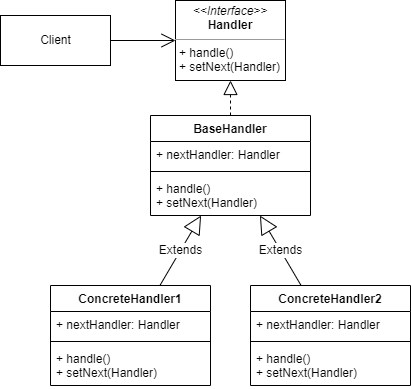
The draw.io diagram docs/resource/design_pattern/chainofresponsibility.drawio.png in DeathKnightH/blog-src, before a commit. Source tidied: cells renumbered, new cells last; positions are measured from the earlier drawing's top-left corner, leaving out a move shared by most shapes.
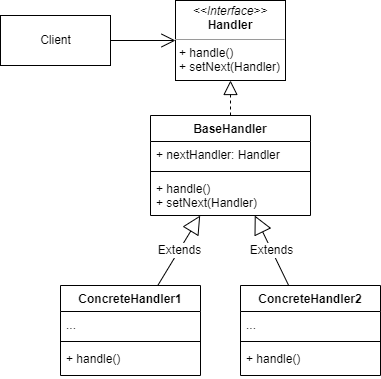
The same file after the commit.

What changed in the source:
```diff
@@ -30,31 +30,31 @@
       <mxGeometry relative="1" as="geometry" />
     </mxCell>
     <mxCell id="11" value="ConcreteHandler1" style="swimlane;fontStyle=1;align=center;verticalAlign=top;horizontal=1;startSize=26;" parent="1" vertex="1">
-      <mxGeometry x="50" y="285" width="160" height="100" as="geometry" />
+      <mxGeometry x="60" y="285" width="140" height="90" as="geometry" />
     </mxCell>
-    <mxCell id="12" value="+ nextHandler: Handler" style="text;strokeColor=none;fillColor=none;align=left;verticalAlign=top;spacingLeft=4;spacingRight=4;overflow=hidden;" parent="11" vertex="1">
-      <mxGeometry y="26" width="160" height="26" as="geometry" />
+    <mxCell id="12" value="..." style="text;strokeColor=none;fillColor=none;align=left;verticalAlign=top;spacingLeft=4;spacingRight=4;overflow=hidden;" parent="11" vertex="1">
+      <mxGeometry y="26" width="140" height="26" as="geometry" />
     </mxCell>
     <mxCell id="13" style="line;strokeWidth=1;fillColor=none;align=left;verticalAlign=middle;spacingTop=-1;spacingLeft=3;spacingRight=3;labelPosition=right;" parent="11" vertex="1">
-      <mxGeometry y="52" width="160" height="8" as="geometry" />
+      <mxGeometry y="52" width="140" height="8" as="geometry" />
     </mxCell>
-    <mxCell id="14" value="+ handle()&#10;+ setNext(Handler)" style="text;strokeColor=none;fillColor=none;align=left;verticalAlign=top;spacingLeft=4;spacingRight=4;overflow=hidden;" parent="11" vertex="1">
-      <mxGeometry y="60" width="160" height="40" as="geometry" />
+    <mxCell id="14" value="+ handle()" style="text;strokeColor=none;fillColor=none;align=left;verticalAlign=top;spacingLeft=4;spacingRight=4;overflow=hidden;" parent="11" vertex="1">
+      <mxGeometry y="60" width="140" height="30" as="geometry" />
     </mxCell>
+    <mxCell id="19" value="Extends" style="endArrow=block;endSize=16;endFill=0;html=1;rounded=0;" parent="1" edge="1" source="15" target="5">
+      <mxGeometry relative="1" as="geometry" />
+    </mxCell>
     <mxCell id="15" value="ConcreteHandler2" style="swimlane;fontStyle=1;align=center;verticalAlign=top;horizontal=1;startSize=26;" parent="1" vertex="1">
-      <mxGeometry x="250" y="285" width="160" height="100" as="geometry" />
+      <mxGeometry x="240" y="285" width="140" height="90" as="geometry" />
     </mxCell>
-    <mxCell id="16" value="+ nextHandler: Handler" style="text;strokeColor=none;fillColor=none;align=left;verticalAlign=top;spacingLeft=4;spacingRight=4;overflow=hidden;" parent="15" vertex="1">
-      <mxGeometry y="26" width="160" height="26" as="geometry" />
-    </mxCell>
-    <mxCell id="17" style="line;strokeWidth=1;fillColor=none;align=left;verticalAlign=middle;spacingTop=-1;spacingLeft=3;spacingRight=3;labelPosition=right;" parent="15" vertex="1">
-      <mxGeometry y="52" width="160" height="8" as="geometry" />
-    </mxCell>
-    <mxCell id="18" value="+ handle()&#10;+ setNext(Handler)" style="text;strokeColor=none;fillColor=none;align=left;verticalAlign=top;spacingLeft=4;spacingRight=4;overflow=hidden;" parent="15" vertex="1">
-      <mxGeometry y="60" width="160" height="40" as="geometry" />
-    </mxCell>
-    <mxCell id="19" value="Extends" style="endArrow=block;endSize=16;endFill=0;html=1;rounded=0;" parent="1" edge="1" source="15" target="5">
-      <mxGeometry relative="1" as="geometry" />
-    </mxCell>
+    <mxCell id="20" value="..." style="text;strokeColor=none;fillColor=none;align=left;verticalAlign=top;spacingLeft=4;spacingRight=4;overflow=hidden;" parent="15" vertex="1">
+      <mxGeometry y="26" width="140" height="26" as="geometry" />
+    </mxCell>
+    <mxCell id="21" style="line;strokeWidth=1;fillColor=none;align=left;verticalAlign=middle;spacingTop=-1;spacingLeft=3;spacingRight=3;labelPosition=right;" parent="15" vertex="1">
+      <mxGeometry y="52" width="140" height="8" as="geometry" />
+    </mxCell>
+    <mxCell id="22" value="+ handle()" style="text;strokeColor=none;fillColor=none;align=left;verticalAlign=top;spacingLeft=4;spacingRight=4;overflow=hidden;" parent="15" vertex="1">
+      <mxGeometry y="60" width="140" height="30" as="geometry" />
+    </mxCell>
   </root>
 </mxGraphModel>
```
